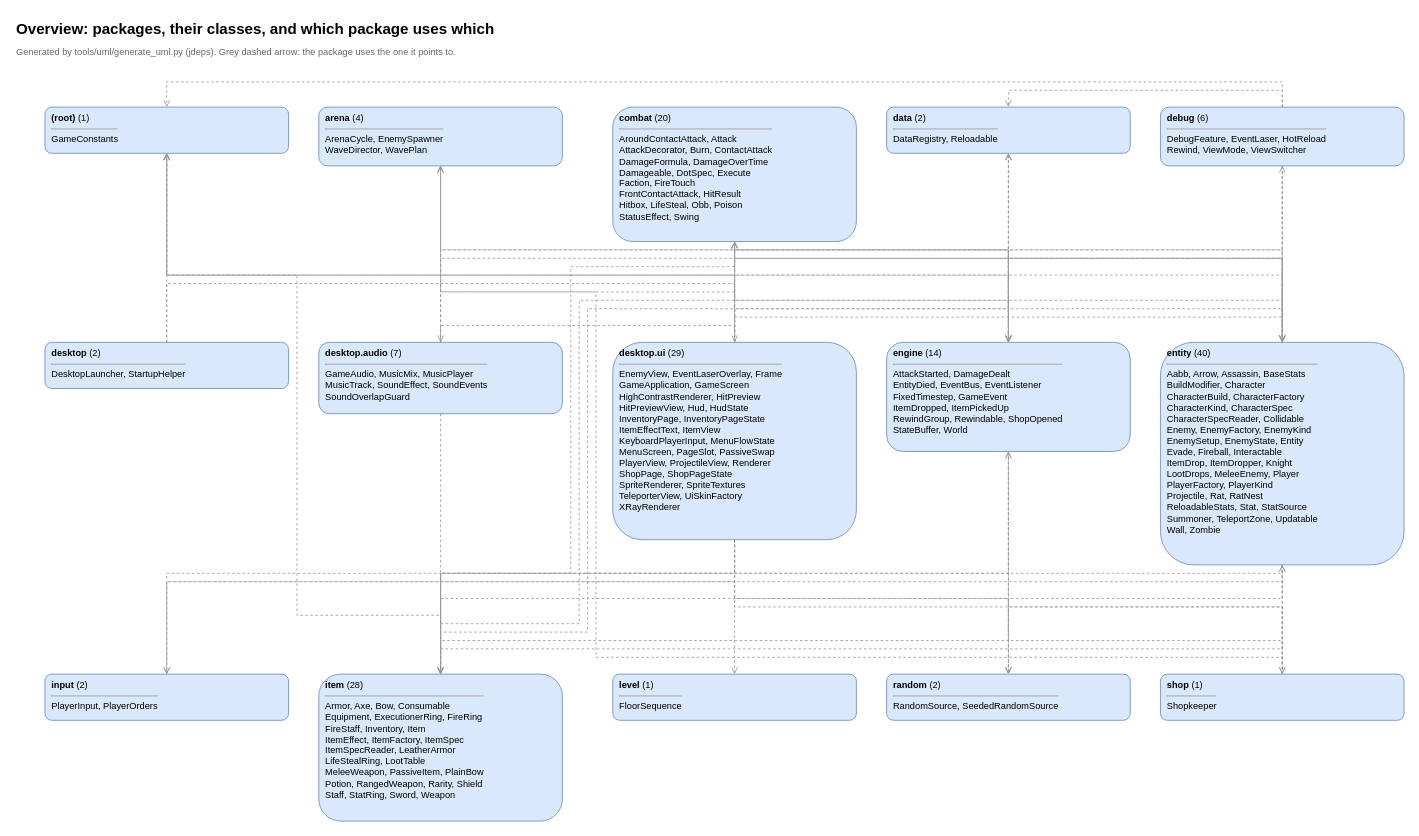
Above: docs/uml/00-overview.drawio in Honyoru/Depth-Diablo (draw.io), before the change. Source tidied: cells renumbered, new cells numbered last; positions are measured from the earlier drawing's top-left corner, leaving out a move shared by most shapes. Both pictures are drawn from the tidied source at 84%, with x=0, y=0 at pixel (14, 14).
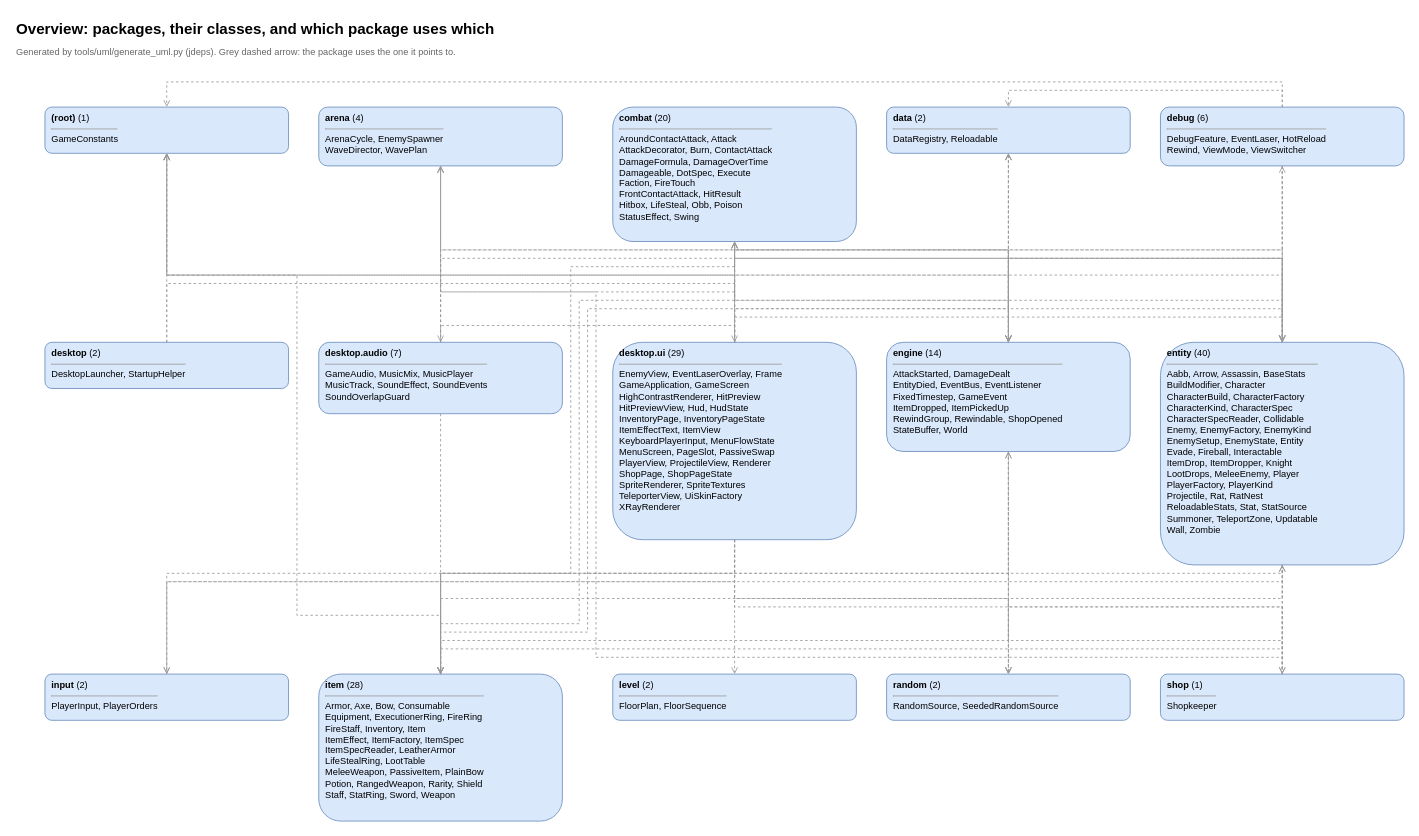
After the change.

The edit, as a diff of the source:
```diff
@@
-    <mxCell id="16" value="&lt;b&gt;level&lt;/b&gt; (1)&lt;hr size='1'&gt;FloorSequence" style="rounded=1;whiteSpace=wrap;html=1;align=left;verticalAlign=top;spacingLeft=6;fontSize=11;fillColor=#dae8fc;strokeColor=#6c8ebf;" parent="1" vertex="1">
+    <mxCell id="16" value="&lt;b&gt;level&lt;/b&gt; (2)&lt;hr size='1'&gt;FloorPlan, FloorSequence" style="rounded=1;whiteSpace=wrap;html=1;align=left;verticalAlign=top;spacingLeft=6;fontSize=11;fillColor=#dae8fc;strokeColor=#6c8ebf;" parent="1" vertex="1">
       <mxGeometry x="712" y="785" width="290" height="55" as="geometry" />
     </mxCell>
```
